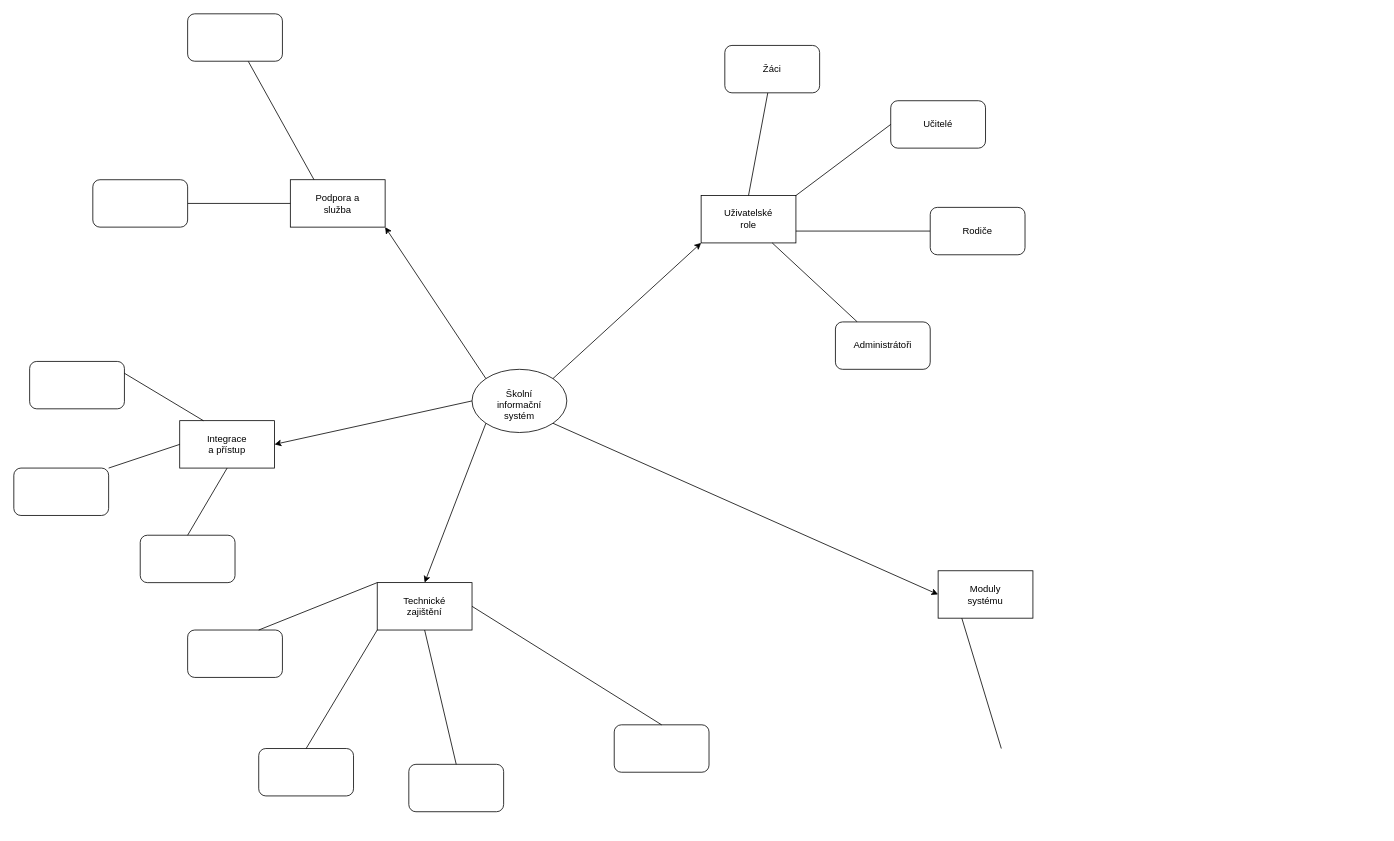
This is Školní informační system.drawio from PetrHIousek/Diagrams, a draw.io file, before an edit. Source tidied: cells renumbered, new cells numbered last; positions are measured from the earlier drawing's top-left corner, leaving out a move shared by most shapes. Both pictures are drawn from the tidied source at 79%, with x=0, y=0 at pixel (13, 13).
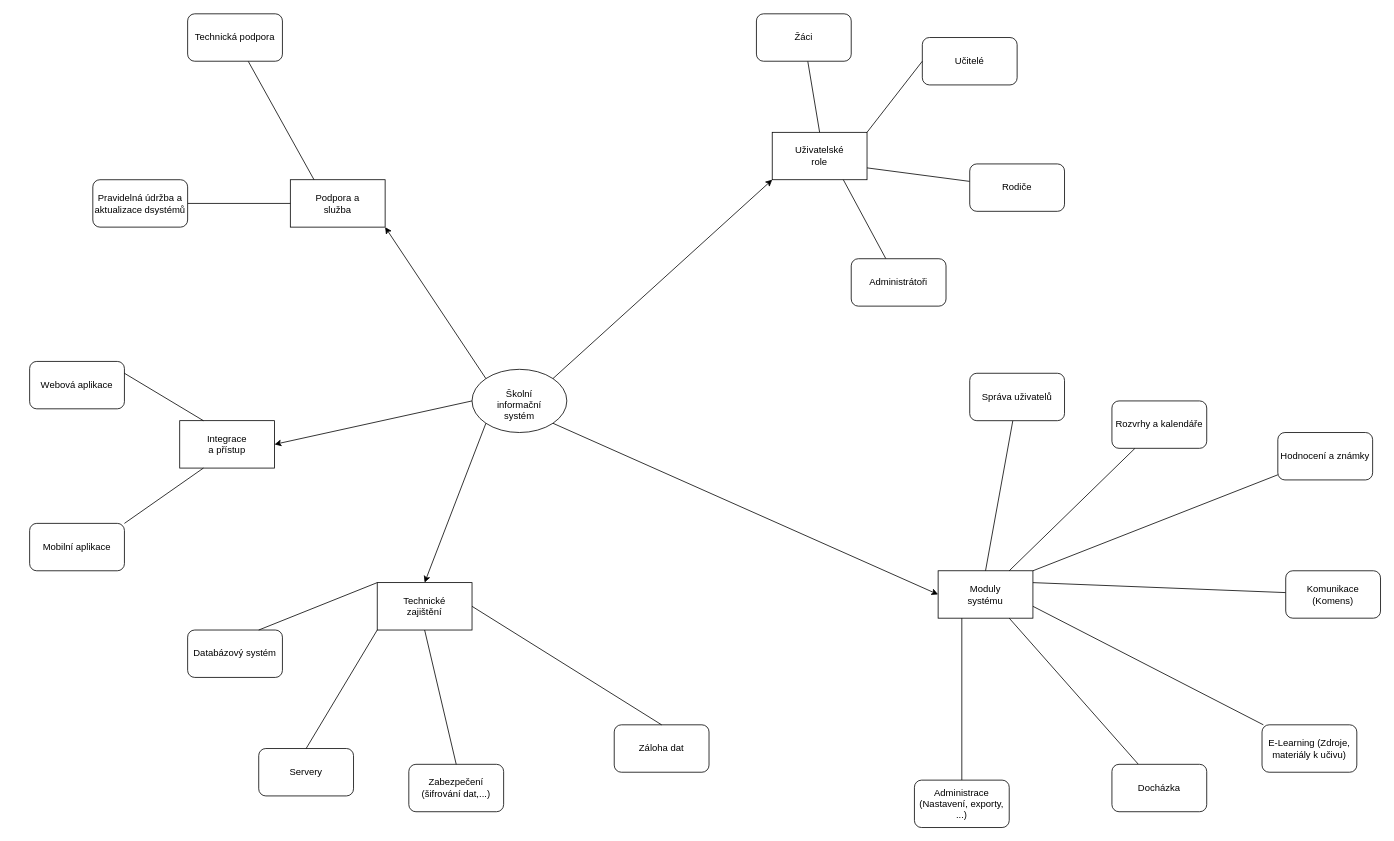
After the change.

Commit message:
Dokončení diagramu

The change refers to these unchanged cells:
```xml
<mxCell id="6" style="rounded=0;whiteSpace=wrap;html=1;" parent="1" vertex="1">
  <mxGeometry x="1170" y="705" width="120" height="60" as="geometry" />
</mxCell>
<mxCell id="9" style="rounded=0;whiteSpace=wrap;html=1;" parent="1" vertex="1">
  <mxGeometry x="210" y="515" width="120" height="60" as="geometry" />
</mxCell>
```

Change to the diagram source:
```diff
@@
     <mxCell id="5" style="rounded=0;whiteSpace=wrap;html=1;" parent="1" vertex="1">
-      <mxGeometry x="870" y="230" width="120" height="60" as="geometry" />
+      <mxGeometry x="960" y="150" width="120" height="60" as="geometry" />
     </mxCell>
@@
     <mxCell id="14" value="Uživatelské role" style="text;html=1;align=center;verticalAlign=middle;whiteSpace=wrap;rounded=0;" parent="1" vertex="1">
-      <mxGeometry x="900" y="245" width="60" height="30" as="geometry" />
+      <mxGeometry x="990" y="165" width="60" height="30" as="geometry" />
     </mxCell>
@@
     <mxCell id="20" value="Žáci" style="rounded=1;whiteSpace=wrap;html=1;" parent="1" vertex="1">
-      <mxGeometry x="900" y="40" width="120" height="60" as="geometry" />
+      <mxGeometry x="940" width="120" height="60" as="geometry" />
     </mxCell>
     <mxCell id="21" value="Učitelé" style="rounded=1;whiteSpace=wrap;html=1;" parent="1" vertex="1">
-      <mxGeometry x="1110" y="110" width="120" height="60" as="geometry" />
+      <mxGeometry x="1150" y="30" width="120" height="60" as="geometry" />
     </mxCell>
@@
     <mxCell id="24" value="Rodiče" style="rounded=1;whiteSpace=wrap;html=1;" parent="1" vertex="1">
-      <mxGeometry x="1160" y="245" width="120" height="60" as="geometry" />
+      <mxGeometry x="1210" y="190" width="120" height="60" as="geometry" />
     </mxCell>
@@
     <mxCell id="26" value="Administrátoři" style="rounded=1;whiteSpace=wrap;html=1;" parent="1" vertex="1">
-      <mxGeometry x="1040" y="390" width="120" height="60" as="geometry" />
+      <mxGeometry x="1060" y="310" width="120" height="60" as="geometry" />
     </mxCell>
-    <mxCell id="27" style="rounded=1;whiteSpace=wrap;html=1;" parent="1" vertex="1">
+    <mxCell id="27" value="Záloha dat" style="rounded=1;whiteSpace=wrap;html=1;" parent="1" vertex="1">
       <mxGeometry x="760" y="900" width="120" height="60" as="geometry" />
     </mxCell>
-    <mxCell id="28" style="rounded=1;whiteSpace=wrap;html=1;" parent="1" vertex="1">
+    <mxCell id="28" value="Zabezpečení (šifrování dat,...)" style="rounded=1;whiteSpace=wrap;html=1;" parent="1" vertex="1">
       <mxGeometry x="500" y="950" width="120" height="60" as="geometry" />
     </mxCell>
-    <mxCell id="29" style="rounded=1;whiteSpace=wrap;html=1;" parent="1" vertex="1">
+    <mxCell id="29" value="Servery" style="rounded=1;whiteSpace=wrap;html=1;" parent="1" vertex="1">
       <mxGeometry x="310" y="930" width="120" height="60" as="geometry" />
     </mxCell>
-    <mxCell id="30" style="rounded=1;whiteSpace=wrap;html=1;" parent="1" vertex="1">
+    <mxCell id="30" value="Databázový systém" style="rounded=1;whiteSpace=wrap;html=1;" parent="1" vertex="1">
       <mxGeometry x="220" y="780" width="120" height="60" as="geometry" />
     </mxCell>
-    <mxCell id="31" style="rounded=1;whiteSpace=wrap;html=1;" parent="1" vertex="1">
-      <mxGeometry x="160" y="660" width="120" height="60" as="geometry" />
-    </mxCell>
-    <mxCell id="32" style="rounded=1;whiteSpace=wrap;html=1;" parent="1" vertex="1">
-      <mxGeometry y="575" width="120" height="60" as="geometry" />
+    <mxCell id="32" value="Mobilní aplikace" style="rounded=1;whiteSpace=wrap;html=1;" parent="1" vertex="1">
+      <mxGeometry x="20" y="645" width="120" height="60" as="geometry" />
     </mxCell>
-    <mxCell id="33" style="rounded=1;whiteSpace=wrap;html=1;" parent="1" vertex="1">
+    <mxCell id="33" value="Webová aplikace" style="rounded=1;whiteSpace=wrap;html=1;" parent="1" vertex="1">
       <mxGeometry x="20" y="440" width="120" height="60" as="geometry" />
     </mxCell>
-    <mxCell id="34" style="endArrow=none;html=1;rounded=0;exitX=0.5;exitY=0;exitDx=0;exitDy=0;entryX=0.5;entryY=1;entryDx=0;entryDy=0;" parent="1" edge="1" source="31" target="9">
-      <mxGeometry relative="1" as="geometry" />
-    </mxCell>
-    <mxCell id="35" style="endArrow=none;html=1;rounded=0;exitX=1;exitY=0;exitDx=0;exitDy=0;entryX=0;entryY=0.5;entryDx=0;entryDy=0;" parent="1" edge="1" source="32" target="9">
+    <mxCell id="35" style="endArrow=none;html=1;rounded=0;exitX=1;exitY=0;exitDx=0;exitDy=0;entryX=0.25;entryY=1;entryDx=0;entryDy=0;" parent="1" edge="1" source="32" target="9">
       <mxGeometry relative="1" as="geometry" />
     </mxCell>
@@
-    <mxCell id="42" style="rounded=1;whiteSpace=wrap;html=1;" parent="1" vertex="1">
+    <mxCell id="42" value="Pravidelná údržba a aktualizace dsystémů" style="rounded=1;whiteSpace=wrap;html=1;" parent="1" vertex="1">
       <mxGeometry x="100" y="210" width="120" height="60" as="geometry" />
     </mxCell>
@@
-    <mxCell id="44" style="rounded=1;whiteSpace=wrap;html=1;" parent="1" vertex="1">
+    <mxCell id="44" value="Technická podpora" style="rounded=1;whiteSpace=wrap;html=1;" parent="1" vertex="1">
       <mxGeometry x="220" width="120" height="60" as="geometry" />
     </mxCell>
-    <mxCell id="45" style="endArrow=none;html=1;rounded=0;exitX=0.25;exitY=1;exitDx=0;exitDy=0;" parent="1" edge="1" source="6">
-      <mxGeometry relative="1" as="geometry">
-        <mxPoint x="1250" y="930" as="targetPoint" />
-      </mxGeometry>
+    <mxCell id="45" style="endArrow=none;html=1;rounded=0;exitX=0.25;exitY=1;exitDx=0;exitDy=0;" parent="1" edge="1" source="6" target="58">
+      <mxGeometry relative="1" as="geometry" />
     </mxCell>
+    <mxCell id="46" style="endArrow=none;html=1;rounded=0;exitX=0.75;exitY=1;exitDx=0;exitDy=0;" parent="1" edge="1" source="6" target="57">
+      <mxGeometry relative="1" as="geometry" />
+    </mxCell>
+    <mxCell id="47" style="endArrow=none;html=1;rounded=0;exitX=1;exitY=0.75;exitDx=0;exitDy=0;" parent="1" edge="1" source="6" target="56">
+      <mxGeometry relative="1" as="geometry" />
+    </mxCell>
+    <mxCell id="48" style="endArrow=none;html=1;rounded=0;exitX=1;exitY=0.25;exitDx=0;exitDy=0;" parent="1" edge="1" source="6" target="55">
+      <mxGeometry relative="1" as="geometry" />
+    </mxCell>
+    <mxCell id="49" style="endArrow=none;html=1;rounded=0;exitX=1;exitY=0;exitDx=0;exitDy=0;" parent="1" edge="1" source="6" target="54">
+      <mxGeometry relative="1" as="geometry" />
+    </mxCell>
+    <mxCell id="50" style="endArrow=none;html=1;rounded=0;exitX=0.75;exitY=0;exitDx=0;exitDy=0;" parent="1" edge="1" source="6" target="53">
+      <mxGeometry relative="1" as="geometry" />
+    </mxCell>
+    <mxCell id="51" style="endArrow=none;html=1;rounded=0;exitX=0.5;exitY=0;exitDx=0;exitDy=0;" parent="1" edge="1" source="6" target="52">
+      <mxGeometry relative="1" as="geometry" />
+    </mxCell>
+    <mxCell id="52" value="Správa uživatelů" style="rounded=1;whiteSpace=wrap;html=1;" parent="1" vertex="1">
+      <mxGeometry x="1210" y="455" width="120" height="60" as="geometry" />
+    </mxCell>
+    <mxCell id="53" value="Rozvrhy a kalendáře" style="rounded=1;whiteSpace=wrap;html=1;" parent="1" vertex="1">
+      <mxGeometry x="1390" y="490" width="120" height="60" as="geometry" />
+    </mxCell>
+    <mxCell id="54" value="Hodnocení a známky" style="rounded=1;whiteSpace=wrap;html=1;" parent="1" vertex="1">
+      <mxGeometry x="1600" y="530" width="120" height="60" as="geometry" />
+    </mxCell>
+    <mxCell id="55" value="Komunikace (Komens)" style="rounded=1;whiteSpace=wrap;html=1;" parent="1" vertex="1">
+      <mxGeometry x="1610" y="705" width="120" height="60" as="geometry" />
+    </mxCell>
+    <mxCell id="56" value="E-Learning (Zdroje, materiály k učivu)" style="rounded=1;whiteSpace=wrap;html=1;" parent="1" vertex="1">
+      <mxGeometry x="1580" y="900" width="120" height="60" as="geometry" />
+    </mxCell>
+    <mxCell id="57" value="Docházka" style="rounded=1;whiteSpace=wrap;html=1;" parent="1" vertex="1">
+      <mxGeometry x="1390" y="950" width="120" height="60" as="geometry" />
+    </mxCell>
+    <mxCell id="58" value="Administrace (Nastavení, exporty, ...)" style="rounded=1;whiteSpace=wrap;html=1;" parent="1" vertex="1">
+      <mxGeometry x="1140" y="970" width="120" height="60" as="geometry" />
+    </mxCell>
```
